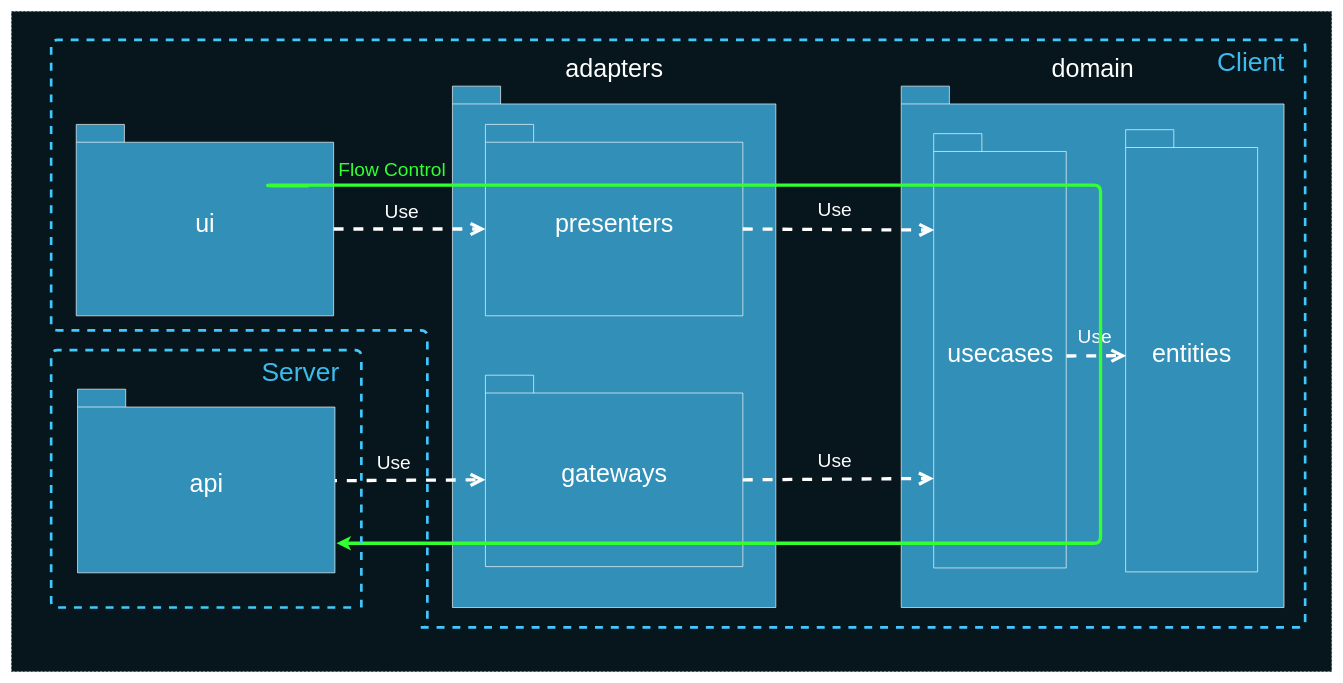
AlexanderLapygin/ca-react-rest-api-starter keeps this draw.io diagram as deck/ru/diagrams/packagesDependenciesFlowControl.drawio. Above is the earlier version. Source tidied: cells renumbered, new cells numbered last; positions are measured from the earlier drawing's top-left corner, leaving out a move shared by most shapes. Both pictures are drawn from the tidied source at 66%, with x=0, y=0 at pixel (11, 11).
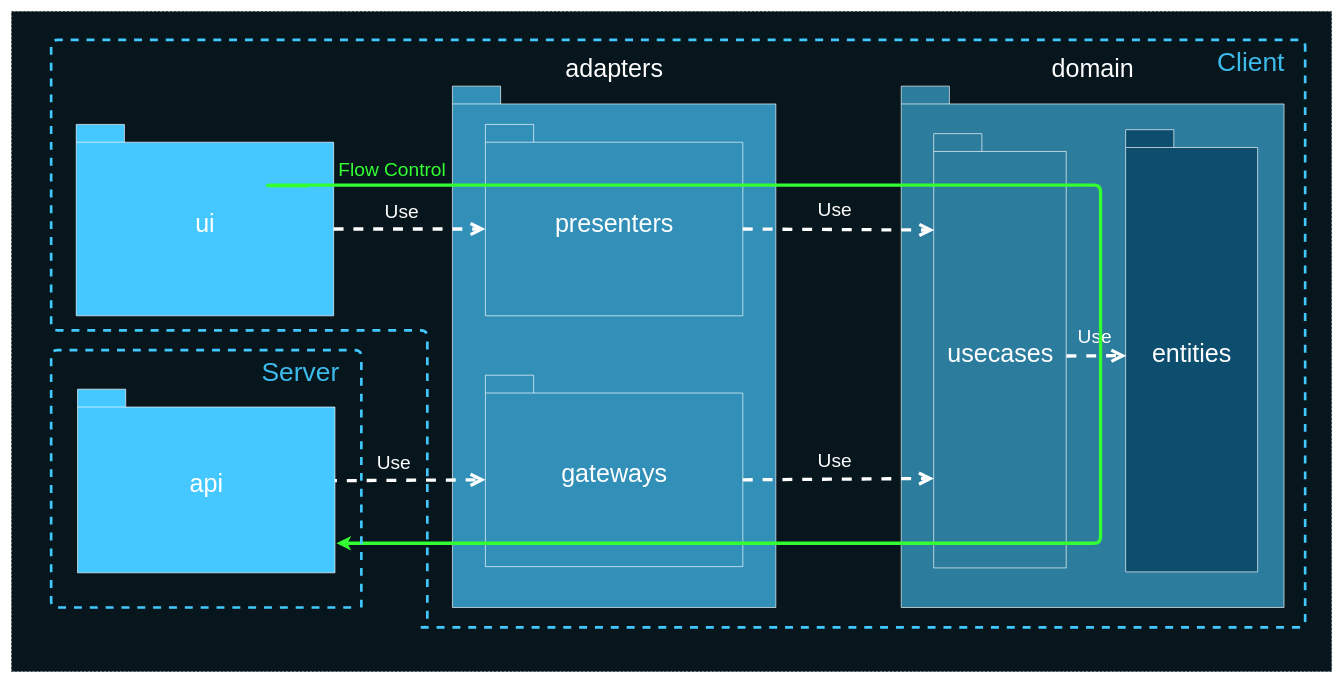
Above is the later version.

Unchanged cells that the change refers to:
```xml
<mxCell id="8" style="group;" parent="1" vertex="1">
  <mxGeometry x="1348" y="113" width="580" height="790" as="geometry" />
</mxCell>
<mxCell id="23" style="group;" parent="1" vertex="1">
  <mxGeometry x="60" y="513" width="484" height="390" as="geometry" />
</mxCell>
```

What changed in the source:
```diff
@@
-    <mxCell id="3" value="&lt;font color=&quot;#ffffff&quot; style=&quot;font-size: 38px&quot;&gt;ui&lt;/font&gt;" style="shape=folder;fontStyle=0;spacingTop=10;tabWidth=73;tabHeight=27;tabPosition=left;html=1;strokeColor=#FFFFFF;fillColor=#3290B8;" parent="1" vertex="1">
+    <mxCell id="3" value="&lt;font color=&quot;#ffffff&quot; style=&quot;font-size: 38px&quot;&gt;ui&lt;/font&gt;" style="shape=folder;fontStyle=0;spacingTop=10;tabWidth=73;tabHeight=27;tabPosition=left;html=1;strokeColor=#FFFFFF;fillColor=#45C8FF;" parent="1" vertex="1">
       <mxGeometry x="98" y="171" width="390" height="290" as="geometry" />
     </mxCell>
@@
-    <mxCell id="9" value="&lt;font color=&quot;#ffffff&quot; style=&quot;font-size: 38px&quot;&gt;domain&lt;/font&gt;" style="shape=folder;fontStyle=0;spacingTop=10;tabWidth=73;tabHeight=27;tabPosition=left;html=1;strokeColor=#FFFFFF;fillColor=#3290B8;labelPosition=center;verticalLabelPosition=top;align=center;verticalAlign=bottom;" parent="8" vertex="1">
+    <mxCell id="9" value="&lt;font color=&quot;#ffffff&quot; style=&quot;font-size: 38px&quot;&gt;domain&lt;/font&gt;" style="shape=folder;fontStyle=0;spacingTop=10;tabWidth=73;tabHeight=27;tabPosition=left;html=1;strokeColor=#FFFFFF;fillColor=#2C7C9E;labelPosition=center;verticalLabelPosition=top;align=center;verticalAlign=bottom;" parent="8" vertex="1">
       <mxGeometry width="580" height="790" as="geometry" />
     </mxCell>
-    <mxCell id="10" value="&lt;font color=&quot;#ffffff&quot; style=&quot;font-size: 38px&quot;&gt;entities&lt;/font&gt;" style="shape=folder;fontStyle=0;spacingTop=10;tabWidth=73;tabHeight=27;tabPosition=left;html=1;strokeColor=#FFFFFF;fillColor=#3290B8;" parent="8" vertex="1">
+    <mxCell id="10" value="&lt;font color=&quot;#ffffff&quot; style=&quot;font-size: 38px&quot;&gt;entities&lt;/font&gt;" style="shape=folder;fontStyle=0;spacingTop=10;tabWidth=73;tabHeight=27;tabPosition=left;html=1;strokeColor=#FFFFFF;fillColor=#0D4E6E;" parent="8" vertex="1">
       <mxGeometry x="340" y="66" width="200" height="670" as="geometry" />
     </mxCell>
-    <mxCell id="11" value="&lt;font color=&quot;#ffffff&quot; style=&quot;font-size: 38px&quot;&gt;usecases&lt;/font&gt;" style="shape=folder;fontStyle=0;spacingTop=10;tabWidth=73;tabHeight=27;tabPosition=left;html=1;strokeColor=#FFFFFF;fillColor=#3290B8;" parent="8" vertex="1">
+    <mxCell id="11" value="&lt;font color=&quot;#ffffff&quot; style=&quot;font-size: 38px&quot;&gt;usecases&lt;/font&gt;" style="shape=folder;fontStyle=0;spacingTop=10;tabWidth=73;tabHeight=27;tabPosition=left;html=1;strokeColor=#FFFFFF;fillColor=#2C7C9E;" parent="8" vertex="1">
       <mxGeometry x="49.2" y="72" width="200.8" height="658" as="geometry" />
     </mxCell>
@@
-    <mxCell id="24" value="&lt;font color=&quot;#ffffff&quot; style=&quot;font-size: 38px;&quot;&gt;api&lt;/font&gt;" style="shape=folder;fontStyle=0;spacingTop=10;tabWidth=73;tabHeight=27;tabPosition=left;html=1;strokeColor=#FFFFFF;fillColor=#3290B8;" parent="23" vertex="1">
+    <mxCell id="24" value="&lt;font color=&quot;#ffffff&quot; style=&quot;font-size: 38px;&quot;&gt;api&lt;/font&gt;" style="shape=folder;fontStyle=0;spacingTop=10;tabWidth=73;tabHeight=27;tabPosition=left;html=1;strokeColor=#FFFFFF;fillColor=#45C8FF;" parent="23" vertex="1">
       <mxGeometry x="40" y="59.2" width="390" height="278.2" as="geometry" />
     </mxCell>
```
